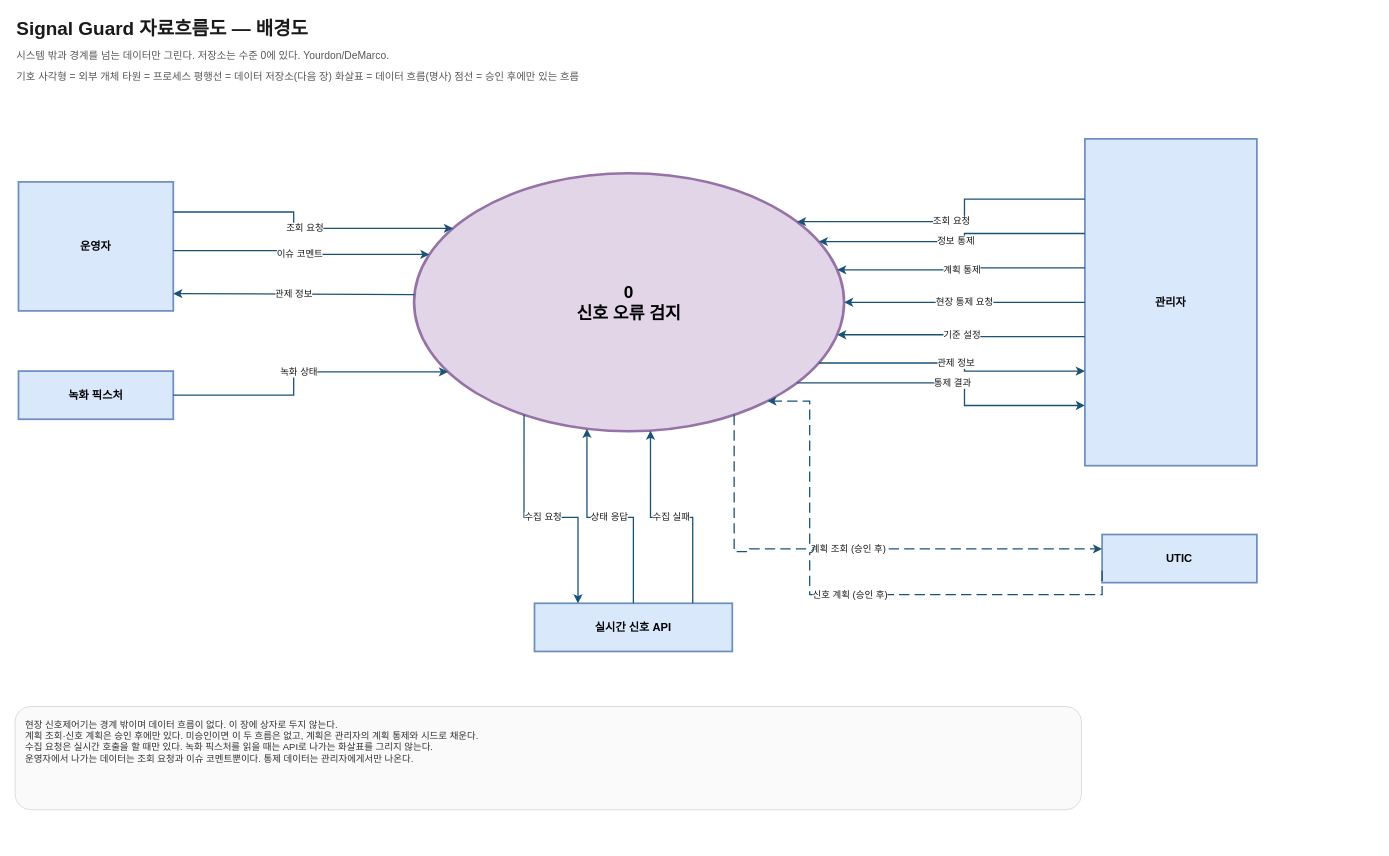
Above: page "1. 배경도" (1 of 6) of 설계/Signal_Guard_DFD.drawio in gigyeonghyoeon/signal-guard (draw.io), before the change. Source tidied: cells renumbered, new cells numbered last; positions are measured from the earlier drawing's top-left corner, leaving out a move shared by most shapes. Both pictures are drawn from the tidied source at 86%, with x=0, y=0 at pixel (15, 15).
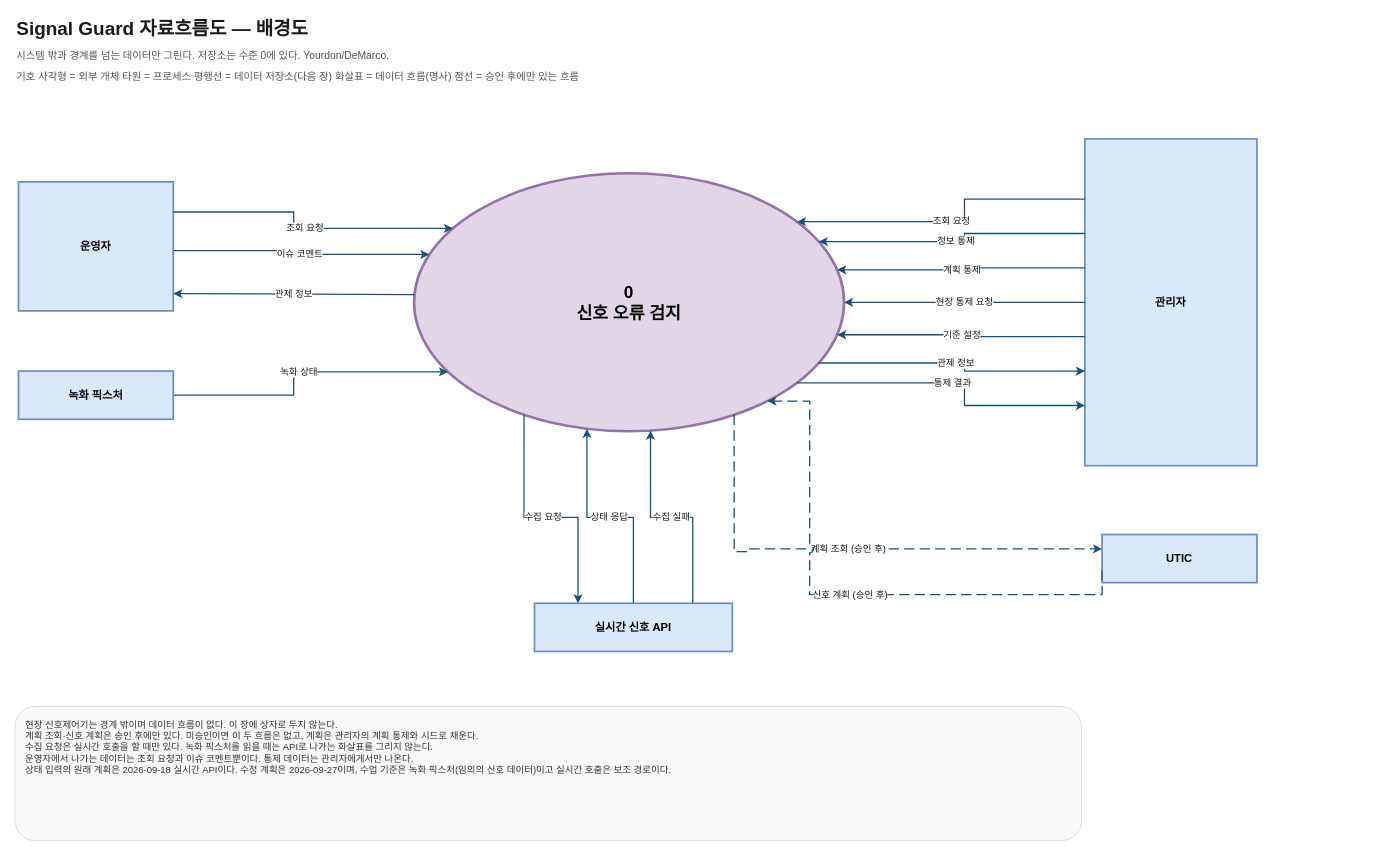
Above is the later version.

What changed in the source:
```diff
@@
-    <mxCell id="27" value="현장 신호제어기는 경계 밖이며 데이터 흐름이 없다. 이 장에 상자로 두지 않는다.&lt;br&gt;계획 조회·신호 계획은 승인 후에만 있다. 미승인이면 이 두 흐름은 없고, 계획은 관리자의 계획 통제와 시드로 채운다.&lt;br&gt;수집 요청은 실시간 호출을 할 때만 있다. 녹화 픽스처를 읽을 때는 API로 나가는 화살표를 그리지 않는다.&lt;br&gt;운영자에서 나가는 데이터는 조회 요청과 이슈 코멘트뿐이다. 통제 데이터는 관리자에게서만 나온다." style="rounded=1;whiteSpace=wrap;html=1;align=left;verticalAlign=top;spacingLeft=10;spacingRight=10;spacingTop=8;spacingBottom=6;fillColor=#fafafa;strokeColor=#d5d8dc;fontFamily=Malgun Gothic;fontSize=11;fontColor=#333333;" parent="1" vertex="1">
-      <mxGeometry y="804" width="1240" height="120" as="geometry" />
+    <mxCell id="27" value="현장 신호제어기는 경계 밖이며 데이터 흐름이 없다. 이 장에 상자로 두지 않는다.&lt;br&gt;계획 조회·신호 계획은 승인 후에만 있다. 미승인이면 이 두 흐름은 없고, 계획은 관리자의 계획 통제와 시드로 채운다.&lt;br&gt;수집 요청은 실시간 호출을 할 때만 있다. 녹화 픽스처를 읽을 때는 API로 나가는 화살표를 그리지 않는다.&lt;br&gt;운영자에서 나가는 데이터는 조회 요청과 이슈 코멘트뿐이다. 통제 데이터는 관리자에게서만 나온다.&lt;br&gt;상태 입력의 원래 계획은 2026-09-18 실시간 API이다. 수정 계획은 2026-09-27이며, 수업 기준은 녹화 픽스처(임의의 신호 데이터)이고 실시간 호출은 보조 경로이다." style="rounded=1;whiteSpace=wrap;html=1;align=left;verticalAlign=top;spacingLeft=10;spacingRight=10;spacingTop=8;spacingBottom=6;fillColor=#fafafa;strokeColor=#d5d8dc;fontFamily=Malgun Gothic;fontSize=11;fontColor=#333333;" parent="1" vertex="1">
+      <mxGeometry y="804" width="1240" height="156" as="geometry" />
     </mxCell>
```
